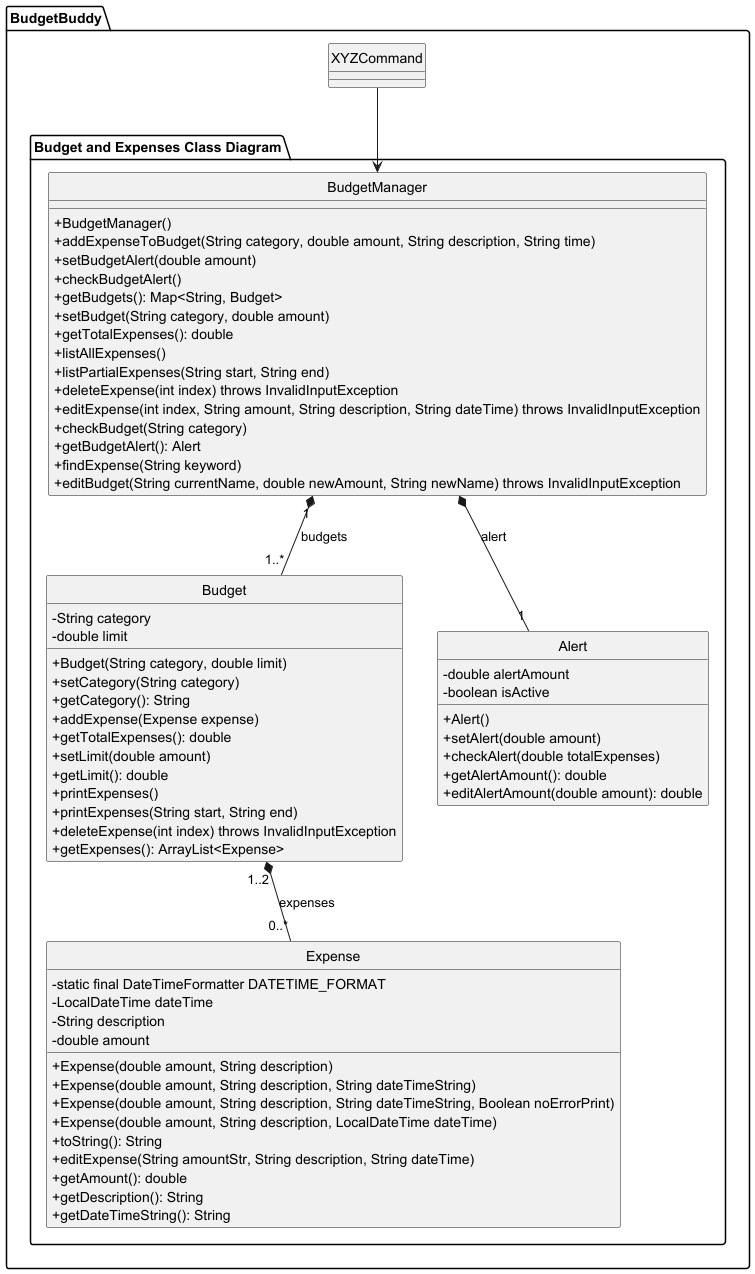
Before: docs/diagrams/BudgetManagerClassDiagram.png, a diagram exported from PlantUML (AY2425S2-CS2113-T12-4/tp). Its source is kept beside it as docs/diagrams/BudgetManagerClassDiagram.puml. The source it was exported from:
```plantuml
@startuml
hide circle
skinparam classAttributeIconSize 0
package "BudgetBuddy" {
package "Budget and Expenses Class Diagram" {
class BudgetManager {
    + BudgetManager()
    + addExpenseToBudget(String category, double amount, String description, String time)
    + setBudgetAlert(double amount)
    + checkBudgetAlert()
    + getBudgets(): Map<String, Budget>
    + setBudget(String category, double amount)
    + getTotalExpenses(): double
    + listAllExpenses()
    + listPartialExpenses(String start, String end)
    + deleteExpense(int index) throws InvalidInputException
    + editExpense(int index, String amount, String description, String dateTime) throws InvalidInputException
    + checkBudget(String category)
    + getBudgetAlert(): Alert
    + findExpense(String keyword)
    + editBudget(String currentName, double newAmount, String newName) throws InvalidInputException
}

class Budget {
    - String category
    - double limit
    + Budget(String category, double limit)
    + setCategory(String category)
    + getCategory(): String
    + addExpense(Expense expense)
    + getTotalExpenses(): double
    + setLimit(double amount)
    + getLimit(): double
    + printExpenses()
    + printExpenses(String start, String end)
    + deleteExpense(int index) throws InvalidInputException
    + getExpenses(): ArrayList<Expense>
}

class Expense {
    - static final DateTimeFormatter DATETIME_FORMAT
    - LocalDateTime dateTime
    - String description
    - double amount
    + Expense(double amount, String description)
    + Expense(double amount, String description, String dateTimeString)
    + Expense(double amount, String description, String dateTimeString, Boolean noErrorPrint)
    + Expense(double amount, String description, LocalDateTime dateTime)
    + toString(): String
    + editExpense(String amountStr, String description, String dateTime)
    + getAmount(): double
    + getDescription(): String
    + getDateTimeString(): String
}

class Alert {
    - double alertAmount
    - boolean isActive
    + Alert()
    + setAlert(double amount)
    + checkAlert(double totalExpenses)
    + getAlertAmount(): double
    + editAlertAmount(double amount): double
}
}

class XYZCommand
}
XYZCommand --> BudgetManager
BudgetManager "1" *-- "1..*" Budget : budgets
Budget "1..2" *-- "0..*" Expense : expenses
BudgetManager *--  "1"Alert : alert



@enduml
```
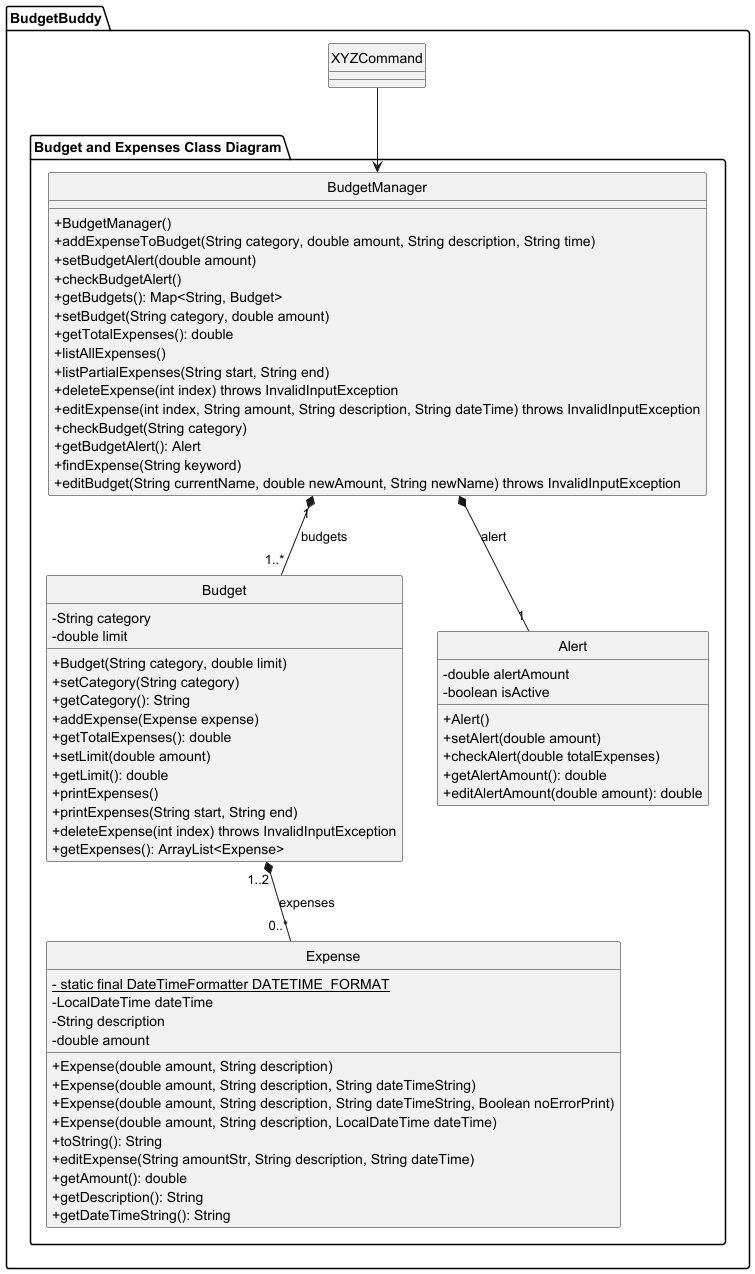
After the change.

Change to the diagram source:
```diff
@@ -38,7 +38,7 @@
 }
 
 class Expense {
-    - static final DateTimeFormatter DATETIME_FORMAT
+    <u>- static final DateTimeFormatter DATETIME_FORMAT</u>
     - LocalDateTime dateTime
     - String description
     - double amount
```
